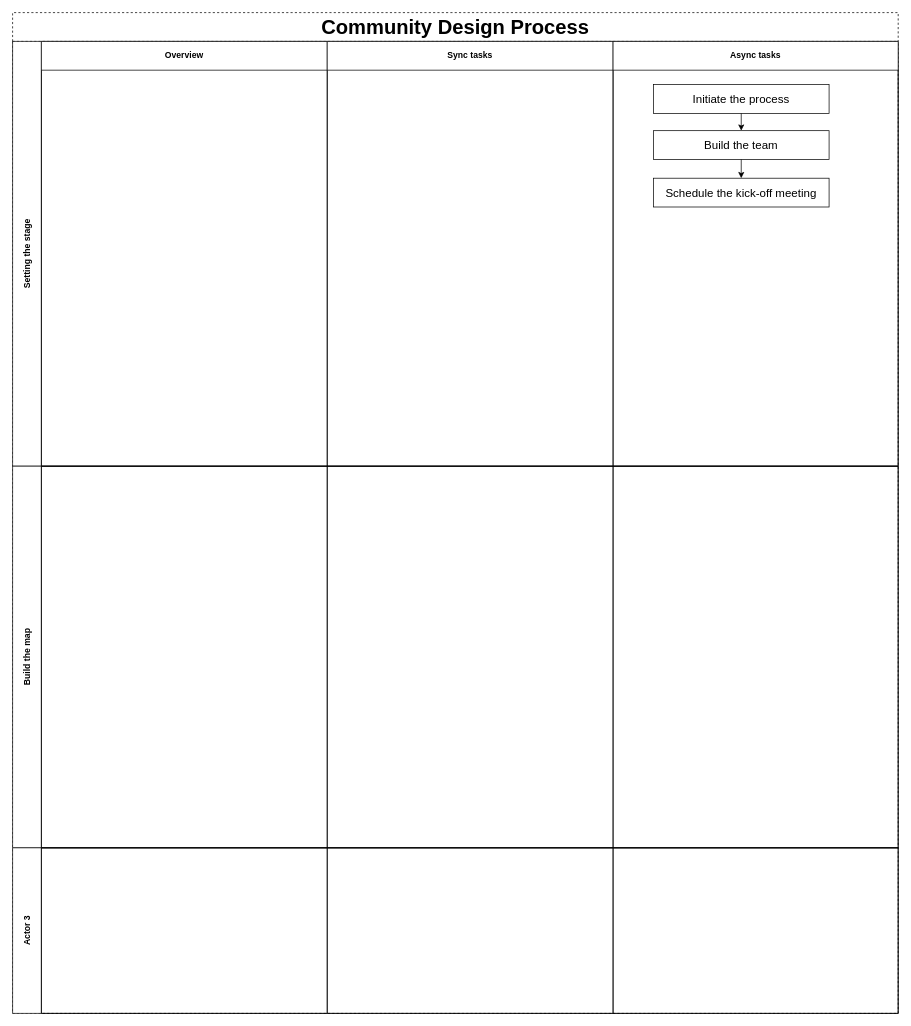
Before: CommunityDesignProcess.drawio in nicksellen/community-design-process, a draw.io diagram. Source tidied: cells renumbered, new cells numbered last; positions are measured from the earlier drawing's top-left corner, leaving out a move shared by most shapes. Both pictures are drawn from the tidied source at 72%, with x=0, y=0 at pixel (12, 12).
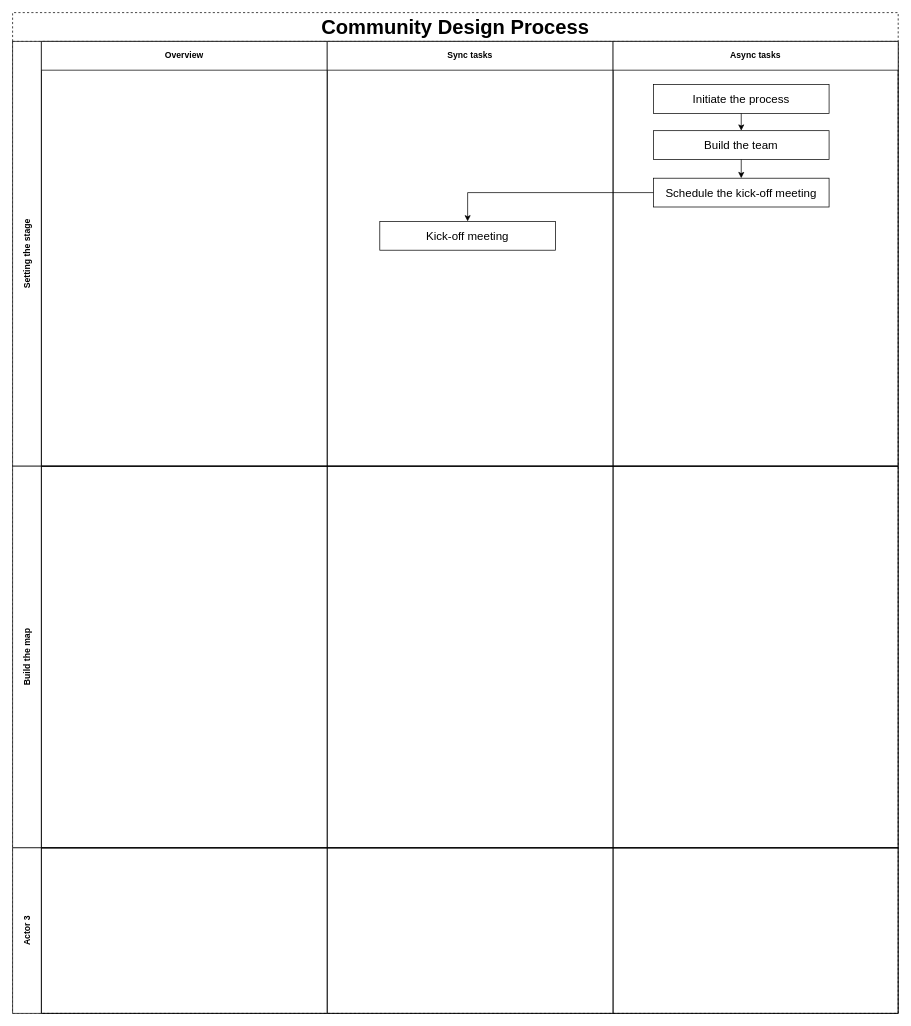
The same page after the edit.

The change refers to these unchanged cells:
```xml
<mxCell id="3" value="&lt;div&gt;Setting the stage&lt;/div&gt;" style="swimlane;horizontal=0;startSize=40;html=1;whiteSpace=wrap;fontStyle=1;" parent="2" vertex="1">
  <mxGeometry y="40" width="1230" height="590" as="geometry" />
</mxCell>
<mxCell id="5" value="Sync tasks" style="swimlane;startSize=40;html=1;whiteSpace=wrap;" parent="3" vertex="1">
  <mxGeometry x="437" width="397" height="590" as="geometry" />
</mxCell>
<mxCell id="9" value="Schedule the kick-off meeting" style="rounded=0;whiteSpace=wrap;html=1;fillColor=none;fontFamily=Helvetica;fontSize=16;" parent="6" vertex="1">
  <mxGeometry x="56" y="190" width="244" height="40" as="geometry" />
</mxCell>
```

Diff of the diagram source:
```diff
@@
+    <mxCell id="20" value="Kick-off meeting" style="rounded=0;whiteSpace=wrap;html=1;fillColor=none;fontFamily=Helvetica;fontSize=16;" parent="5" vertex="1">
+      <mxGeometry x="73" y="250" width="244" height="40" as="geometry" />
+    </mxCell>
@@
+    <mxCell id="21" style="edgeStyle=orthogonalEdgeStyle;rounded=0;jettySize=auto;html=1;fontFamily=Helvetica;fontSize=16;" parent="3" edge="1" source="9" target="20">
+      <mxGeometry relative="1" as="geometry" />
+    </mxCell>
```
